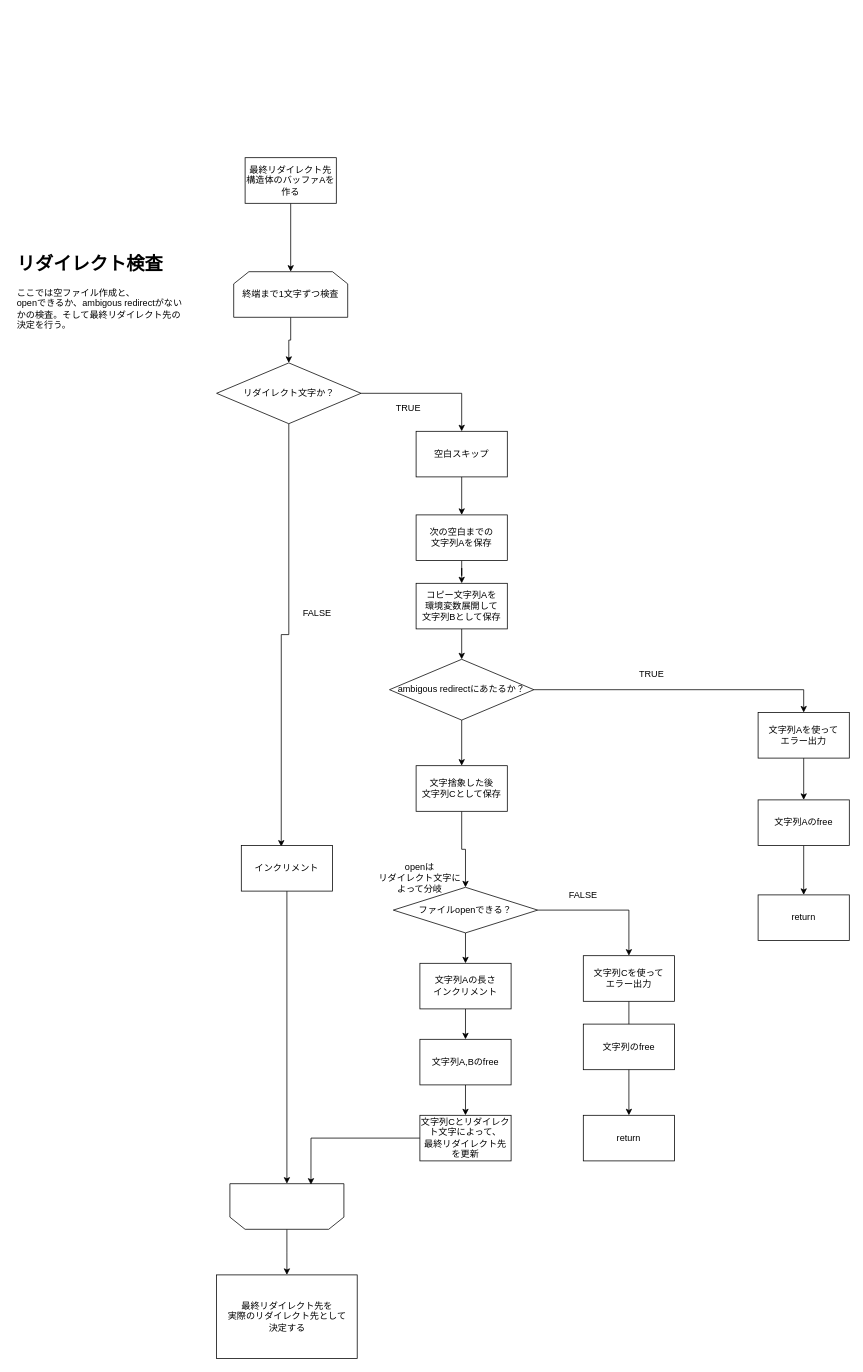
The draw.io diagram page "redirect_inspect_flow" (2 of 6) of share/parseflow.drawio in sniper-fly/minishell, before the edit. Source tidied: cells renumbered, new cells numbered last; positions are measured from the earlier drawing's top-left corner, leaving out a move shared by most shapes. Both pictures are drawn from the tidied source at 76%, with x=0, y=0 at pixel (13, 157).
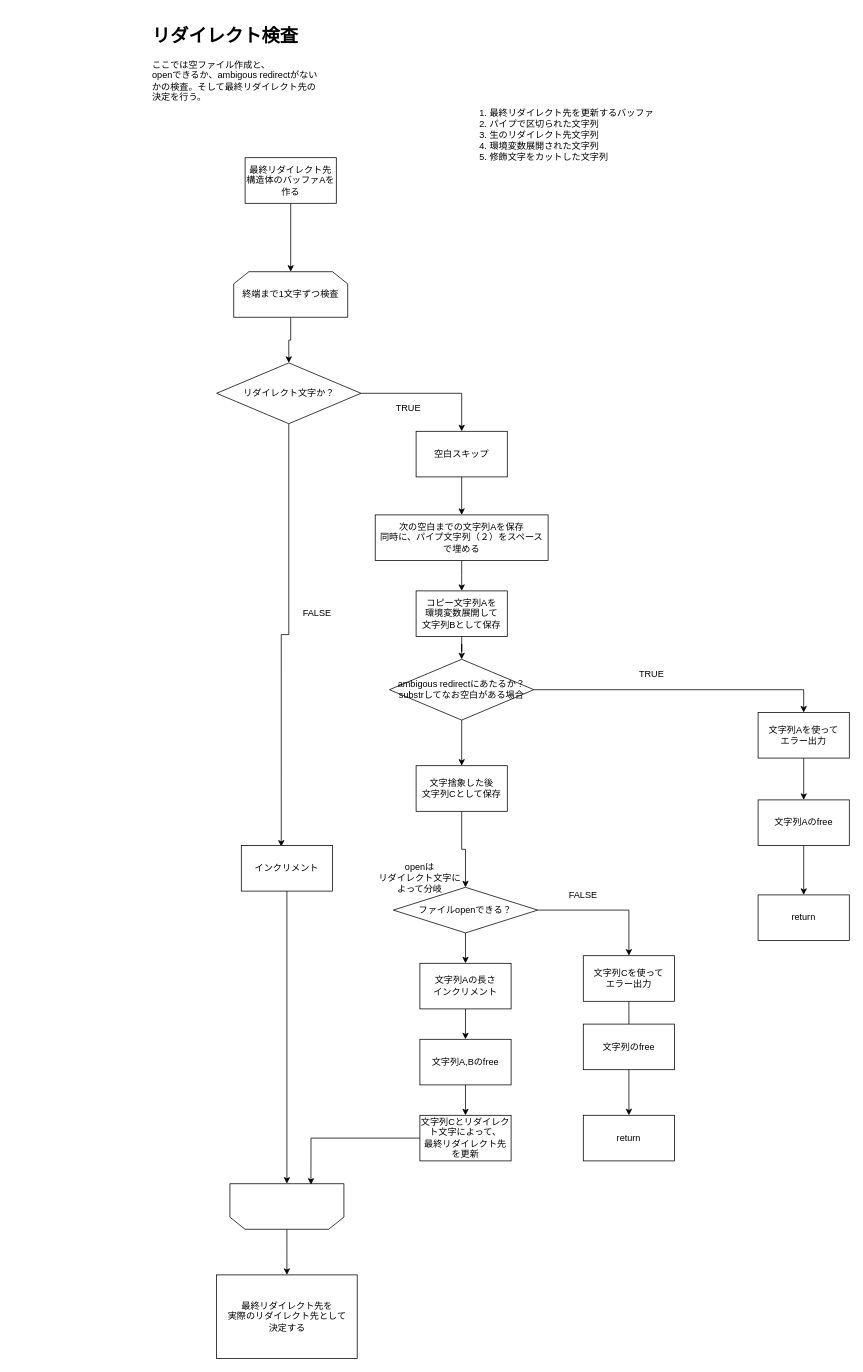
The same page after the edit.

What changed in the source:
```diff
@@
-    <mxCell id="7" value="ambigous redirectにあたるか？" style="rhombus;whiteSpace=wrap;html=1;fontSize=12;" parent="1" vertex="1">
+    <mxCell id="7" value="ambigous redirectにあたるか？&lt;br&gt;substrしてなお空白がある場合" style="rhombus;whiteSpace=wrap;html=1;fontSize=12;" parent="1" vertex="1">
       <mxGeometry x="495" y="660" width="190" height="80" as="geometry" />
     </mxCell>
@@
-    <mxCell id="13" value="次の空白までの&lt;br&gt;文字列Aを保存" style="rounded=0;whiteSpace=wrap;html=1;fontSize=12;" parent="1" vertex="1">
-      <mxGeometry x="530" y="470" width="120" height="60" as="geometry" />
+    <mxCell id="13" value="次の空白までの文字列Aを保存&lt;br&gt;同時に、パイプ文字列（２）をスペースで埋める" style="rounded=0;whiteSpace=wrap;html=1;fontSize=12;" parent="1" vertex="1">
+      <mxGeometry x="476.2" y="470" width="227.5" height="60" as="geometry" />
     </mxCell>
@@
     <mxCell id="28" value="コピー文字列Aを&lt;br&gt;環境変数展開して&lt;br&gt;文字列Bとして保存" style="rounded=0;whiteSpace=wrap;html=1;fontSize=12;" parent="1" vertex="1">
-      <mxGeometry x="530" y="560" width="120" height="60" as="geometry" />
+      <mxGeometry x="530" y="570" width="120" height="60" as="geometry" />
     </mxCell>
@@
     <mxCell id="36" value="&lt;h1&gt;リダイレクト検査&lt;/h1&gt;&lt;div&gt;ここでは空ファイル作成と、&lt;br&gt;openできるか、ambigous redirectがないかの検査。そして最終リダイレクト先の決定を行う。&lt;br&gt;&lt;/div&gt;" style="text;html=1;strokeColor=none;fillColor=none;spacing=5;spacingTop=-20;whiteSpace=wrap;overflow=hidden;rounded=0;" parent="1" vertex="1">
-      <mxGeometry y="120" width="230" height="120" as="geometry" />
+      <mxGeometry x="177.5" y="-180" width="230" height="120" as="geometry" />
     </mxCell>
@@
+    <mxCell id="50" value="&lt;ol&gt;&lt;li&gt;最終リダイレクト先を更新するバッファ&lt;/li&gt;&lt;li&gt;パイプで区切られた文字列&lt;/li&gt;&lt;li&gt;生のリダイレクト先文字列&lt;/li&gt;&lt;li&gt;環境変数展開された文字列&lt;/li&gt;&lt;li&gt;修飾文字をカットした文字列&lt;/li&gt;&lt;/ol&gt;" style="text;strokeColor=none;fillColor=none;html=1;whiteSpace=wrap;verticalAlign=middle;overflow=hidden;" parent="1" vertex="1">
+      <mxGeometry x="585" y="-150" width="382.5" height="240" as="geometry" />
+    </mxCell>
```
